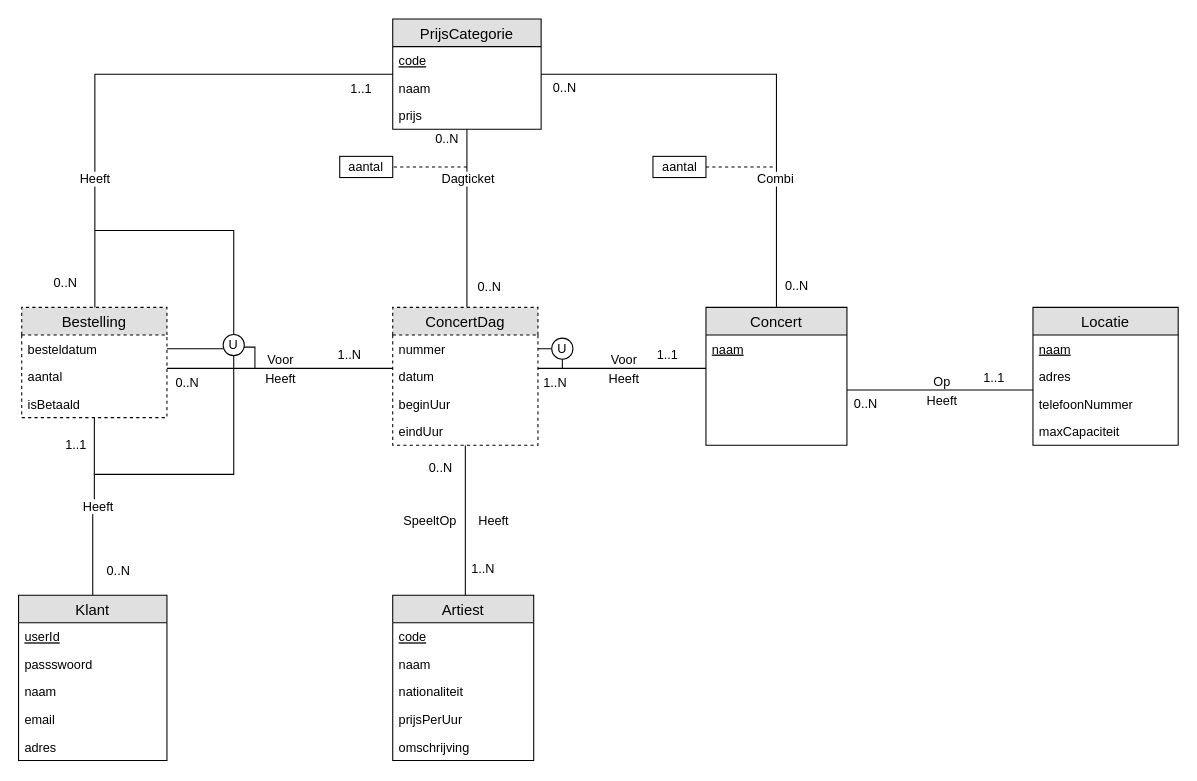
The draw.io diagram workshops/02-zwakke_entiteiten/solutions/exercise-6.drawio in HOGENT-Databases/DB1-Workshops, before the edit. Source tidied: cells renumbered, new cells numbered last; positions are measured from the earlier drawing's top-left corner, leaving out a move shared by most shapes. Both pictures are drawn from the tidied source at 106%, with x=0, y=0 at pixel (18, 18).
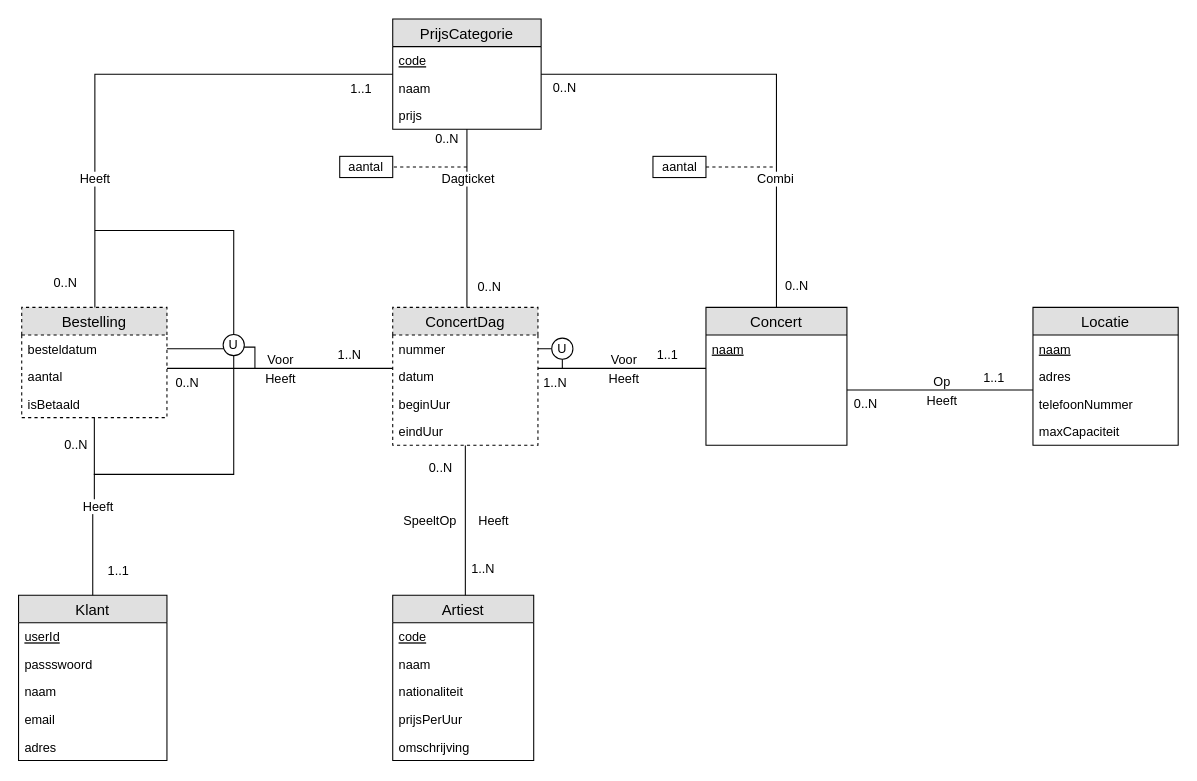
Above is the later version.

Commit message (it also covers changes not shown here):
02 - 06 Bestellingen en Klanten

De Cardinaliteiten stonden aan de verkeerde zijde van de relatie.

The change refers to these unchanged cells:
```xml
<mxCell id="60" style="edgeStyle=orthogonalEdgeStyle;fontSize=12;html=1;endArrow=none;jumpSize=6;strokeWidth=1;endFill=0;rounded=0;jumpStyle=none;" parent="1" edge="1" source="50" target="56">
  <mxGeometry relative="1" as="geometry" />
</mxCell>
```

Diff of the diagram source:
```diff
@@
-    <mxCell id="61" value="1..1" style="text;html=1;align=center;verticalAlign=middle;labelBackgroundColor=#ffffff;" parent="60" vertex="1">
+    <mxCell id="61" value="0..N" style="text;html=1;align=center;verticalAlign=middle;labelBackgroundColor=#ffffff;" parent="60" vertex="1">
       <mxGeometry x="-0.88" y="-1" relative="1" as="geometry">
         <mxPoint x="-18" y="-131.5" as="offset" />
       </mxGeometry>
     </mxCell>
-    <mxCell id="62" value="0..N" style="text;html=1;align=center;verticalAlign=middle;labelBackgroundColor=#ffffff;" parent="60" vertex="1">
+    <mxCell id="62" value="1..1" style="text;html=1;align=center;verticalAlign=middle;labelBackgroundColor=#ffffff;" parent="60" vertex="1">
       <mxGeometry x="0.83" y="1" relative="1" as="geometry">
         <mxPoint x="22.5" y="129.5" as="offset" />
       </mxGeometry>
     </mxCell>
```
